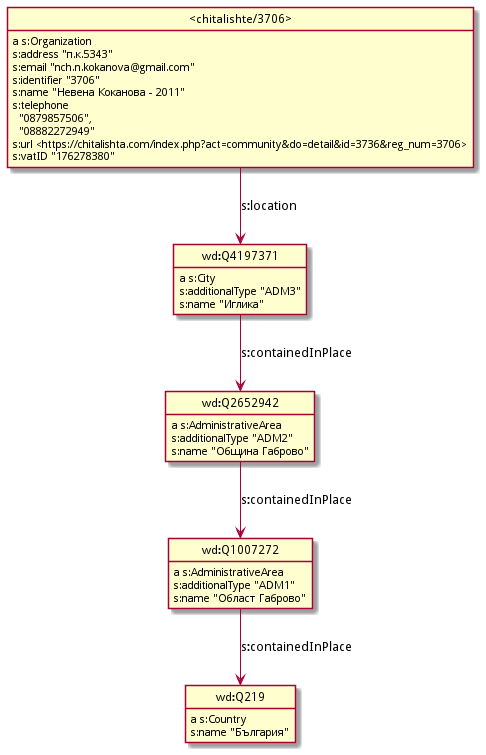
The PlantUML diagram model/chitalishte.png in data-for-good-bg/chitalishta, before a commit.
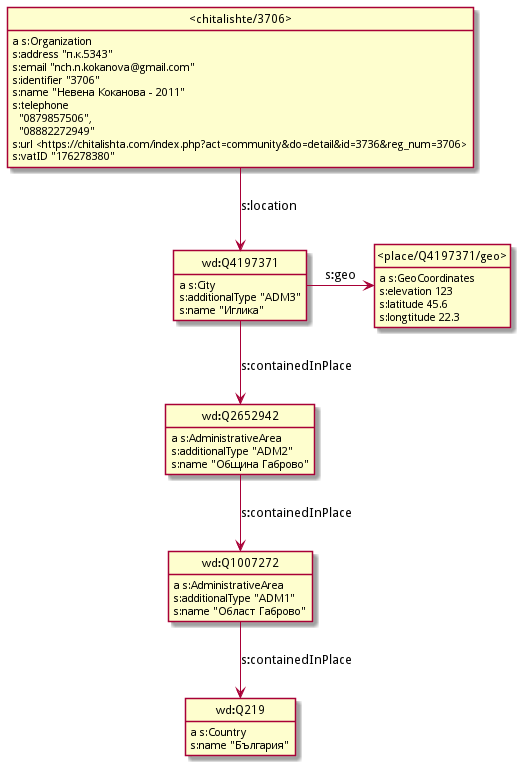
After the change.

Diff of the diagram source:
```diff
@@ -3,15 +3,6 @@
 hide empty attributes
 hide circle
 skinparam classAttributeIconSize 0
-class wd_Q219 as "wd:Q219"
-wd_Q219 : a s:Country
-wd_Q219 : s:name "България"
-class wd_Q2652942 as "wd:Q2652942"
-wd_Q2652942 : a s:AdministrativeArea
-class wd_Q1007272 as "wd:Q1007272"
-wd_Q2652942 -down-> wd_Q1007272 : s:containedInPlace
-wd_Q2652942 : s:additionalType "ADM2"
-wd_Q2652942 : s:name "Община Габрово"
 class _chitalishte_3706_ as "<chitalishte/3706>"
 _chitalishte_3706_ : a s:Organization
 class wd_Q4197371 as "wd:Q4197371"
@@ -23,12 +14,27 @@
 _chitalishte_3706_ : s:telephone\n  "0879857506",\n  "08882272949"
 _chitalishte_3706_ : s:url <https://chitalishta.com/index.php?act=community&do=detail&id=3736&reg_num=3706>
 _chitalishte_3706_ : s:vatID "176278380"
-wd_Q4197371 : a s:City
-wd_Q4197371 -down-> wd_Q2652942 : s:containedInPlace
-wd_Q4197371 : s:additionalType "ADM3"
-wd_Q4197371 : s:name "Иглика"
+class wd_Q1007272 as "wd:Q1007272"
 wd_Q1007272 : a s:AdministrativeArea
+class wd_Q219 as "wd:Q219"
 wd_Q1007272 -down-> wd_Q219 : s:containedInPlace
 wd_Q1007272 : s:additionalType "ADM1"
 wd_Q1007272 : s:name "Област Габрово"
+wd_Q219 : a s:Country
+wd_Q219 : s:name "България"
+class _place_Q4197371_geo_ as "<place/Q4197371/geo>"
+_place_Q4197371_geo_ : a s:GeoCoordinates
+_place_Q4197371_geo_ : s:elevation 123
+_place_Q4197371_geo_ : s:latitude 45.6
+_place_Q4197371_geo_ : s:longtitude 22.3
+wd_Q4197371 : a s:City
+class wd_Q2652942 as "wd:Q2652942"
+wd_Q4197371 -down-> wd_Q2652942 : s:containedInPlace
+wd_Q4197371 -right-> _place_Q4197371_geo_ : s:geo
+wd_Q4197371 : s:additionalType "ADM3"
+wd_Q4197371 : s:name "Иглика"
+wd_Q2652942 : a s:AdministrativeArea
+wd_Q2652942 -down-> wd_Q1007272 : s:containedInPlace
+wd_Q2652942 : s:additionalType "ADM2"
+wd_Q2652942 : s:name "Община Габрово"
 @enduml
```
